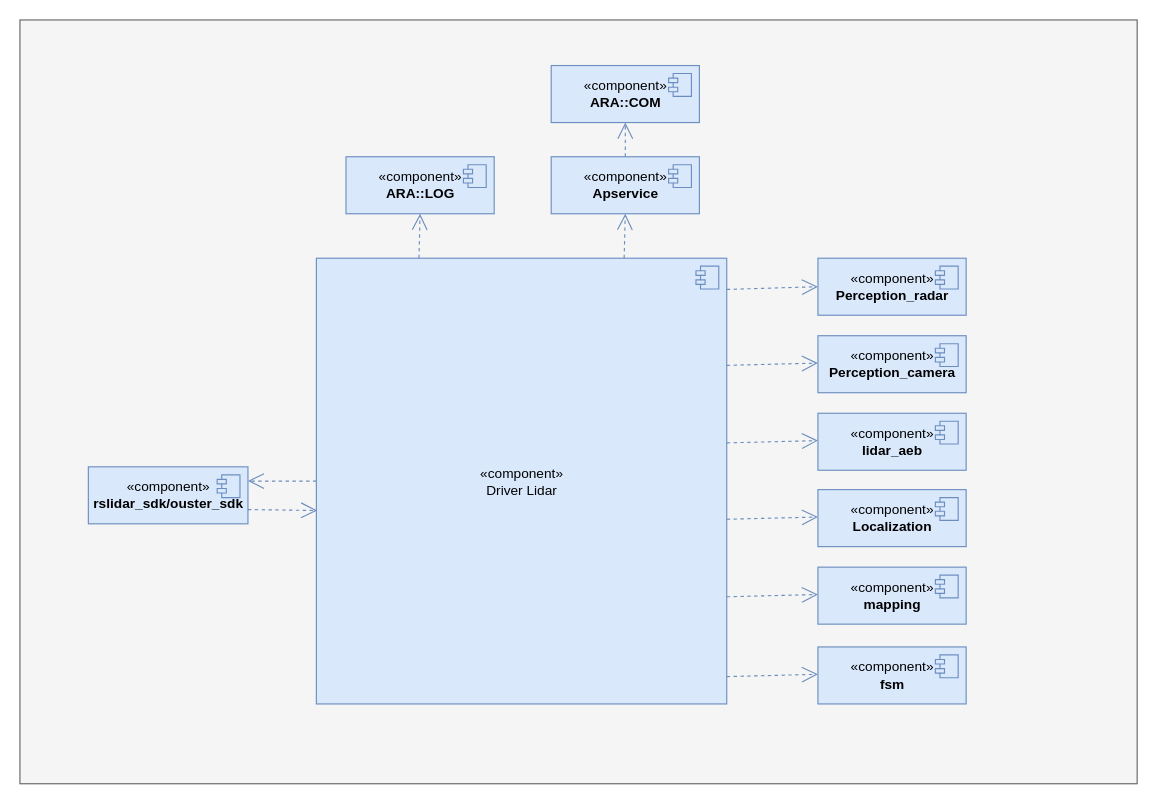
Before: lidar模块依赖关系.drawio in xiaoleli/diagrams, a draw.io diagram. Source tidied: cells renumbered, new cells numbered last; positions are measured from the earlier drawing's top-left corner, leaving out a move shared by most shapes. Both pictures are drawn from the tidied source at 114%, with x=0, y=0 at pixel (19, 19).
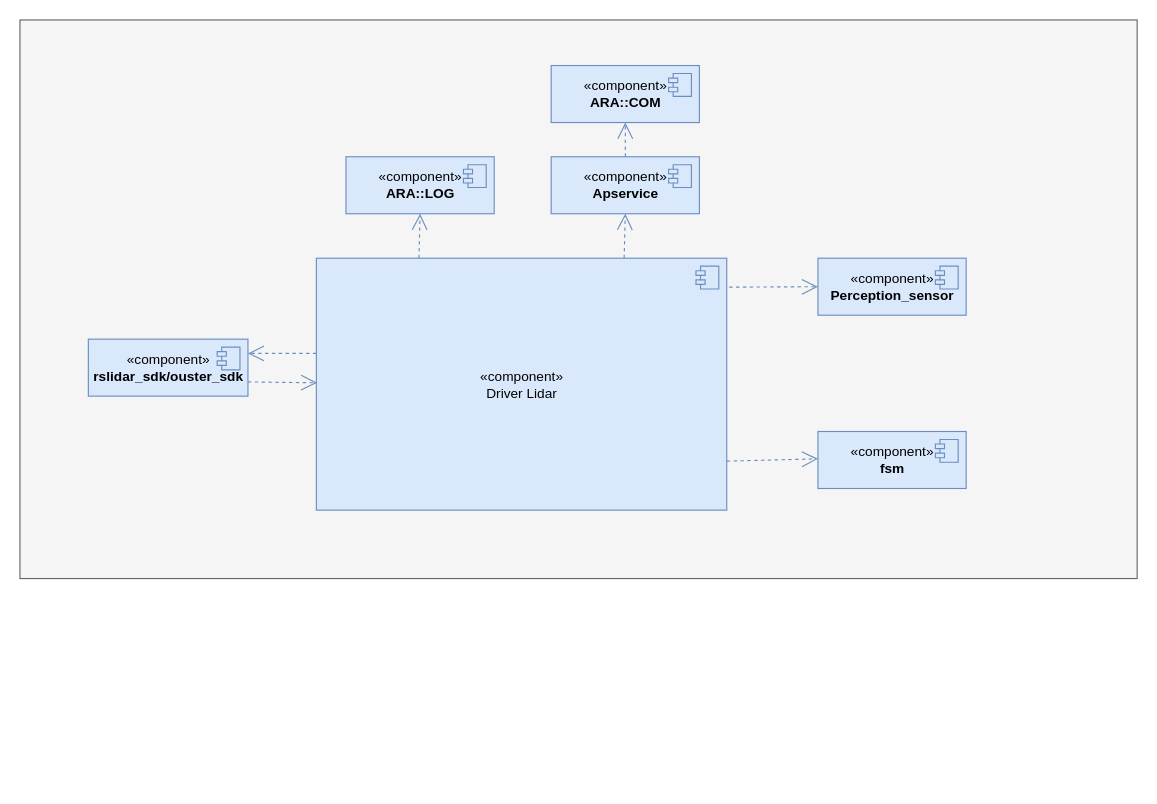
Above is the later version.

Commit message:
更新lidar模块依赖关系.drawio

What changed in the source:
```diff
@@
     <mxCell id="2" style="html=1;fillColor=#f5f5f5;fontColor=#333333;strokeColor=#666666;" parent="1" vertex="1">
-      <mxGeometry width="980" height="670" as="geometry" />
+      <mxGeometry width="980" height="490" as="geometry" />
     </mxCell>
     <mxCell id="3" value="«c&lt;span&gt;omponent&lt;/span&gt;»&lt;br&gt;Driver Lidar" style="html=1;fontStyle=0;fillColor=#dae8fc;strokeColor=#6c8ebf;" parent="1" vertex="1">
-      <mxGeometry x="260" y="209" width="360" height="391" as="geometry" />
+      <mxGeometry x="260" y="209" width="360" height="221" as="geometry" />
     </mxCell>
@@
     <mxCell id="11" value="«c&lt;span&gt;omponent&lt;/span&gt;»&lt;br&gt;&lt;b&gt;rslidar_sdk/ouster_sdk&lt;/b&gt;" style="html=1;fontStyle=0;fillColor=#dae8fc;strokeColor=#6c8ebf;align=center;" parent="1" vertex="1">
-      <mxGeometry x="60" y="392" width="140" height="50" as="geometry" />
+      <mxGeometry x="60" y="280" width="140" height="50" as="geometry" />
     </mxCell>
@@
-    <mxCell id="13" style="endArrow=open;endSize=12;dashed=1;html=1;rounded=0;entryX=1;entryY=0.25;entryDx=0;entryDy=0;exitX=0;exitY=0.5;exitDx=0;exitDy=0;fillColor=#dae8fc;strokeColor=#6c8ebf;" parent="1" edge="1" source="3" target="11">
-      <mxGeometry relative="1" as="geometry" />
+    <mxCell id="13" style="endArrow=open;endSize=12;dashed=1;html=1;rounded=0;entryX=1;entryY=0.25;entryDx=0;entryDy=0;exitX=0;exitY=0.5;exitDx=0;exitDy=0;fillColor=#dae8fc;strokeColor=#6c8ebf;" parent="1" edge="1" target="11">
+      <mxGeometry relative="1" as="geometry">
+        <mxPoint x="260" y="292.5" as="sourcePoint" />
+      </mxGeometry>
     </mxCell>
-    <mxCell id="14" style="endArrow=open;endSize=12;dashed=1;html=1;rounded=0;exitX=1;exitY=0.75;exitDx=0;exitDy=0;fillColor=#dae8fc;strokeColor=#6c8ebf;entryX=0.002;entryY=0.566;entryDx=0;entryDy=0;entryPerimeter=0;" parent="1" edge="1" source="11" target="3">
-      <mxGeometry relative="1" as="geometry" />
+    <mxCell id="14" style="endArrow=open;endSize=12;dashed=1;html=1;rounded=0;exitX=1;exitY=0.75;exitDx=0;exitDy=0;fillColor=#dae8fc;strokeColor=#6c8ebf;entryX=0.002;entryY=0.566;entryDx=0;entryDy=0;entryPerimeter=0;" parent="1" edge="1" source="11">
+      <mxGeometry relative="1" as="geometry">
+        <mxPoint x="260.7" y="318.3" as="targetPoint" />
+      </mxGeometry>
     </mxCell>
-    <mxCell id="15" value="«c&lt;span&gt;omponent&lt;/span&gt;»&lt;br&gt;&lt;b style=&quot;border-color: var(--border-color);&quot;&gt;Perception_radar&lt;/b&gt;" style="html=1;fontStyle=0;fillColor=#dae8fc;strokeColor=#6c8ebf;align=center;" parent="1" vertex="1">
+    <mxCell id="15" value="«c&lt;span&gt;omponent&lt;/span&gt;»&lt;br&gt;&lt;b style=&quot;border-color: var(--border-color);&quot;&gt;Perception_sensor&lt;/b&gt;" style="html=1;fontStyle=0;fillColor=#dae8fc;strokeColor=#6c8ebf;align=center;" parent="1" vertex="1">
       <mxGeometry x="700" y="209" width="130" height="50" as="geometry" />
     </mxCell>
@@
-    <mxCell id="17" value="«c&lt;span&gt;omponent&lt;/span&gt;»&lt;br&gt;&lt;b&gt;Perception_camera&lt;/b&gt;" style="html=1;fontStyle=0;fillColor=#dae8fc;strokeColor=#6c8ebf;align=center;" parent="1" vertex="1">
-      <mxGeometry x="700" y="277" width="130" height="50" as="geometry" />
-    </mxCell>
-    <mxCell id="18" style="shape=module;jettyWidth=8;jettyHeight=4;fillColor=#dae8fc;strokeColor=#6c8ebf;" parent="17" vertex="1">
-      <mxGeometry x="1" width="20" height="20" relative="1" as="geometry">
-        <mxPoint x="-27" y="7" as="offset" />
-      </mxGeometry>
-    </mxCell>
-    <mxCell id="19" value="«c&lt;span&gt;omponent&lt;/span&gt;»&lt;br&gt;&lt;b&gt;lidar_aeb&lt;/b&gt;" style="html=1;fontStyle=0;fillColor=#dae8fc;strokeColor=#6c8ebf;align=center;" parent="1" vertex="1">
-      <mxGeometry x="700" y="345" width="130" height="50" as="geometry" />
-    </mxCell>
-    <mxCell id="20" style="shape=module;jettyWidth=8;jettyHeight=4;fillColor=#dae8fc;strokeColor=#6c8ebf;" parent="19" vertex="1">
-      <mxGeometry x="1" width="20" height="20" relative="1" as="geometry">
-        <mxPoint x="-27" y="7" as="offset" />
-      </mxGeometry>
-    </mxCell>
-    <mxCell id="21" value="«c&lt;span&gt;omponent&lt;/span&gt;»&lt;br&gt;&lt;b&gt;Localization&lt;/b&gt;" style="html=1;fontStyle=0;fillColor=#dae8fc;strokeColor=#6c8ebf;align=center;" parent="1" vertex="1">
-      <mxGeometry x="700" y="412" width="130" height="50" as="geometry" />
-    </mxCell>
-    <mxCell id="22" style="shape=module;jettyWidth=8;jettyHeight=4;fillColor=#dae8fc;strokeColor=#6c8ebf;" parent="21" vertex="1">
-      <mxGeometry x="1" width="20" height="20" relative="1" as="geometry">
-        <mxPoint x="-27" y="7" as="offset" />
-      </mxGeometry>
-    </mxCell>
-    <mxCell id="23" value="«c&lt;span&gt;omponent&lt;/span&gt;»&lt;br&gt;&lt;b&gt;mapping&lt;/b&gt;" style="html=1;fontStyle=0;fillColor=#dae8fc;strokeColor=#6c8ebf;align=center;" parent="1" vertex="1">
-      <mxGeometry x="700" y="480" width="130" height="50" as="geometry" />
-    </mxCell>
-    <mxCell id="24" style="shape=module;jettyWidth=8;jettyHeight=4;fillColor=#dae8fc;strokeColor=#6c8ebf;" parent="23" vertex="1">
-      <mxGeometry x="1" width="20" height="20" relative="1" as="geometry">
-        <mxPoint x="-27" y="7" as="offset" />
-      </mxGeometry>
-    </mxCell>
@@
     <mxCell id="28" value="«c&lt;span&gt;omponent&lt;/span&gt;»&lt;br&gt;&lt;b&gt;fsm&lt;/b&gt;" style="html=1;fontStyle=0;fillColor=#dae8fc;strokeColor=#6c8ebf;align=center;" parent="1" vertex="1">
-      <mxGeometry x="700" y="550" width="130" height="50" as="geometry" />
+      <mxGeometry x="700" y="361" width="130" height="50" as="geometry" />
     </mxCell>
@@
-    <mxCell id="30" style="endArrow=open;endSize=12;dashed=1;html=1;rounded=0;exitX=1;exitY=0.07;exitDx=0;exitDy=0;fillColor=#dae8fc;strokeColor=#6c8ebf;entryX=0;entryY=0.5;entryDx=0;entryDy=0;exitPerimeter=0;" parent="1" edge="1" source="3" target="15">
+    <mxCell id="30" style="endArrow=open;endSize=12;dashed=1;html=1;rounded=0;exitX=1.006;exitY=0.115;exitDx=0;exitDy=0;fillColor=#dae8fc;strokeColor=#6c8ebf;entryX=0;entryY=0.5;entryDx=0;entryDy=0;exitPerimeter=0;" parent="1" edge="1" source="3" target="15">
       <mxGeometry relative="1" as="geometry" />
     </mxCell>
-    <mxCell id="31" style="endArrow=open;endSize=12;dashed=1;html=1;rounded=0;exitX=1;exitY=0.07;exitDx=0;exitDy=0;fillColor=#dae8fc;strokeColor=#6c8ebf;entryX=0;entryY=0.5;entryDx=0;entryDy=0;exitPerimeter=0;" parent="1" edge="1">
-      <mxGeometry relative="1" as="geometry">
-        <mxPoint x="620" y="303" as="sourcePoint" />
-        <mxPoint x="700" y="301" as="targetPoint" />
-      </mxGeometry>
-    </mxCell>
-    <mxCell id="32" style="endArrow=open;endSize=12;dashed=1;html=1;rounded=0;exitX=1;exitY=0.07;exitDx=0;exitDy=0;fillColor=#dae8fc;strokeColor=#6c8ebf;entryX=0;entryY=0.5;entryDx=0;entryDy=0;exitPerimeter=0;" parent="1" edge="1">
-      <mxGeometry relative="1" as="geometry">
-        <mxPoint x="620" y="371" as="sourcePoint" />
-        <mxPoint x="700" y="369" as="targetPoint" />
-      </mxGeometry>
-    </mxCell>
-    <mxCell id="33" style="endArrow=open;endSize=12;dashed=1;html=1;rounded=0;exitX=1;exitY=0.07;exitDx=0;exitDy=0;fillColor=#dae8fc;strokeColor=#6c8ebf;entryX=0;entryY=0.5;entryDx=0;entryDy=0;exitPerimeter=0;" parent="1" edge="1">
-      <mxGeometry relative="1" as="geometry">
-        <mxPoint x="620" y="438" as="sourcePoint" />
-        <mxPoint x="700" y="436" as="targetPoint" />
-      </mxGeometry>
-    </mxCell>
-    <mxCell id="34" style="endArrow=open;endSize=12;dashed=1;html=1;rounded=0;exitX=1;exitY=0.07;exitDx=0;exitDy=0;fillColor=#dae8fc;strokeColor=#6c8ebf;entryX=0;entryY=0.5;entryDx=0;entryDy=0;exitPerimeter=0;" parent="1" edge="1">
-      <mxGeometry relative="1" as="geometry">
-        <mxPoint x="620" y="506" as="sourcePoint" />
-        <mxPoint x="700" y="504" as="targetPoint" />
-      </mxGeometry>
-    </mxCell>
     <mxCell id="35" style="endArrow=open;endSize=12;dashed=1;html=1;rounded=0;exitX=1;exitY=0.07;exitDx=0;exitDy=0;fillColor=#dae8fc;strokeColor=#6c8ebf;entryX=0;entryY=0.5;entryDx=0;entryDy=0;exitPerimeter=0;" parent="1" edge="1">
       <mxGeometry relative="1" as="geometry">
-        <mxPoint x="620" y="576" as="sourcePoint" />
-        <mxPoint x="700" y="574" as="targetPoint" />
+        <mxPoint x="620" y="387" as="sourcePoint" />
+        <mxPoint x="700" y="385" as="targetPoint" />
       </mxGeometry>
     </mxCell>
```
